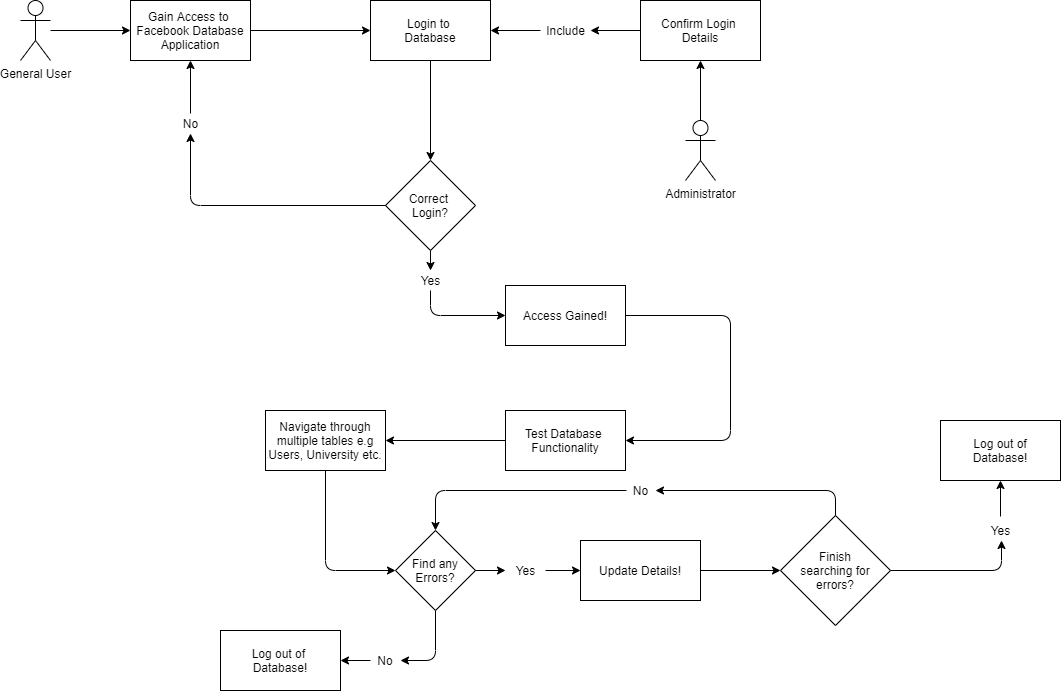
caleb-long19/Facebook_Database_Manager keeps this draw.io diagram as UML Diagrams/General User - Use Case Diagram.png. Above is the earlier version. Source tidied: cells renumbered, new cells last; positions are measured from the earlier drawing's top-left corner, leaving out a move shared by most shapes.
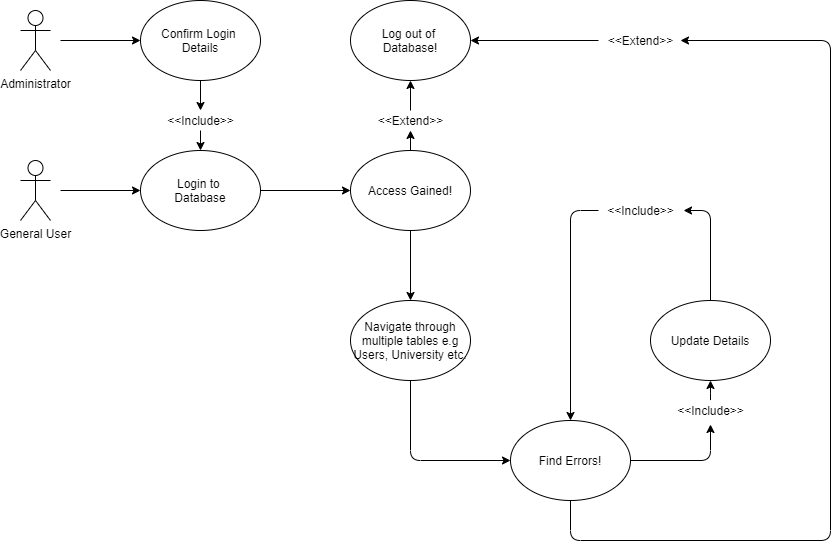
After the change.

What changed in the source:
```diff
@@ -3,175 +3,124 @@
     <mxCell id="0" />
     <mxCell id="1" parent="0" />
     <mxCell id="2" value="General User" style="shape=umlActor;verticalLabelPosition=bottom;labelBackgroundColor=#ffffff;verticalAlign=top;html=1;outlineConnect=0;" parent="1" vertex="1">
-      <mxGeometry width="30" height="60" as="geometry" />
+      <mxGeometry x="1100" y="60" width="30" height="60" as="geometry" />
     </mxCell>
-    <mxCell id="3" style="endArrow=classic;html=1;entryX=0;entryY=0.5;entryDx=0;entryDy=0;" parent="1" edge="1" source="2" target="4">
-      <mxGeometry relative="1" as="geometry" />
-    </mxCell>
-    <mxCell id="4" value="Gain Access to&amp;nbsp;&lt;br&gt;Facebook Database&lt;br&gt;Application" style="rounded=0;whiteSpace=wrap;html=1;" parent="1" vertex="1">
-      <mxGeometry x="110" width="120" height="60" as="geometry" />
-    </mxCell>
+    <mxCell id="45" style="endArrow=classic;html=1;entryX=0;entryY=0.5;entryDx=0;entryDy=0;" parent="1" edge="1" target="5">
+      <mxGeometry relative="1" as="geometry">
+        <mxPoint x="1140" y="90" as="sourcePoint" />
+      </mxGeometry>
+    </mxCell>
-    <mxCell id="5" value="Login to&amp;nbsp;&lt;br&gt;Database" style="rounded=0;whiteSpace=wrap;html=1;" parent="1" vertex="1">
-      <mxGeometry x="350" width="120" height="60" as="geometry" />
+    <mxCell id="5" value="&lt;span&gt;Login to&amp;nbsp;&lt;/span&gt;&lt;br&gt;&lt;span&gt;Database&lt;/span&gt;" style="ellipse;whiteSpace=wrap;html=1;" parent="1" vertex="1">
+      <mxGeometry x="1220" y="50" width="120" height="80" as="geometry" />
     </mxCell>
-    <mxCell id="6" style="endArrow=classic;html=1;exitX=1;exitY=0.5;exitDx=0;exitDy=0;entryX=0;entryY=0.5;entryDx=0;entryDy=0;" parent="1" edge="1" source="4" target="5">
-      <mxGeometry relative="1" as="geometry" />
-    </mxCell>
-    <mxCell id="7" value="Correct &lt;br&gt;Login?" style="rhombus;whiteSpace=wrap;html=1;" parent="1" vertex="1">
-      <mxGeometry x="365" y="160" width="90" height="90" as="geometry" />
-    </mxCell>
-    <mxCell id="8" style="endArrow=classic;html=1;entryX=0.5;entryY=1;entryDx=0;entryDy=0;" parent="1" edge="1" source="9" target="4">
-      <mxGeometry relative="1" as="geometry" />
-    </mxCell>
-    <mxCell id="9" value="No" style="text;html=1;align=center;verticalAlign=middle;points=[];" parent="1" vertex="1">
-      <mxGeometry x="155" y="113" width="30" height="20" as="geometry" />
-    </mxCell>
-    <mxCell id="10" style="endArrow=classic;html=1;entryX=0.5;entryY=1;entryDx=0;entryDy=0;exitX=0;exitY=0.5;exitDx=0;exitDy=0;" parent="1" edge="1" source="7" target="9">
-      <mxGeometry relative="1" as="geometry">
-        <Array as="points">
-          <mxPoint x="170" y="205" />
-        </Array>
-      </mxGeometry>
-    </mxCell>
-    <mxCell id="11" style="endArrow=classic;html=1;exitX=0.5;exitY=1;exitDx=0;exitDy=0;entryX=0.5;entryY=0;entryDx=0;entryDy=0;" parent="1" edge="1" source="5" target="7">
-      <mxGeometry relative="1" as="geometry" />
-    </mxCell>
-    <mxCell id="12" style="endArrow=classic;html=1;entryX=1;entryY=0.5;entryDx=0;entryDy=0;" parent="1" edge="1" source="13" target="5">
-      <mxGeometry relative="1" as="geometry" />
-    </mxCell>
-    <mxCell id="13" value="Include" style="text;html=1;align=center;verticalAlign=middle;points=[];" parent="1" vertex="1">
-      <mxGeometry x="520" y="20" width="50" height="20" as="geometry" />
-    </mxCell>
-    <mxCell id="14" style="endArrow=classic;html=1;entryX=1;entryY=0.5;entryDx=0;entryDy=0;" parent="1" edge="1" target="13">
-      <mxGeometry relative="1" as="geometry">
-        <mxPoint x="620" y="30" as="sourcePoint" />
-      </mxGeometry>
-    </mxCell>
+    <mxCell id="17" value="Administrator" style="shape=umlActor;verticalLabelPosition=bottom;labelBackgroundColor=#ffffff;verticalAlign=top;html=1;" parent="1" vertex="1">
+      <mxGeometry x="1100" y="-90" width="30" height="60" as="geometry" />
+    </mxCell>
-    <mxCell id="15" value="Confirm Login&amp;nbsp;&lt;br&gt;Details" style="rounded=0;whiteSpace=wrap;html=1;" parent="1" vertex="1">
-      <mxGeometry x="620" width="120" height="60" as="geometry" />
+    <mxCell id="15" value="&lt;span&gt;Confirm Login&amp;nbsp;&lt;/span&gt;&lt;br&gt;&lt;span&gt;Details&lt;/span&gt;" style="ellipse;whiteSpace=wrap;html=1;" parent="1" vertex="1">
+      <mxGeometry x="1220" y="-100" width="120" height="80" as="geometry" />
     </mxCell>
-    <mxCell id="16" style="endArrow=classic;html=1;entryX=0.5;entryY=1;entryDx=0;entryDy=0;" parent="1" edge="1" target="15">
-      <mxGeometry relative="1" as="geometry">
-        <mxPoint x="680" y="120" as="sourcePoint" />
-      </mxGeometry>
-    </mxCell>
-    <mxCell id="17" value="Administrator" style="shape=umlActor;verticalLabelPosition=bottom;labelBackgroundColor=#ffffff;verticalAlign=top;html=1;" parent="1" vertex="1">
-      <mxGeometry x="665" y="120" width="30" height="60" as="geometry" />
-    </mxCell>
-    <mxCell id="18" style="endArrow=classic;html=1;exitX=0.5;exitY=1;exitDx=0;exitDy=0;entryX=0;entryY=0.5;entryDx=0;entryDy=0;" parent="1" edge="1" source="19" target="21">
-      <mxGeometry relative="1" as="geometry">
-        <Array as="points">
-          <mxPoint x="410" y="315" />
-        </Array>
-      </mxGeometry>
-    </mxCell>
-    <mxCell id="19" value="Yes" style="text;html=1;align=center;verticalAlign=middle;points=[];" parent="1" vertex="1">
-      <mxGeometry x="390" y="270" width="40" height="20" as="geometry" />
-    </mxCell>
-    <mxCell id="20" style="endArrow=classic;html=1;exitX=0.5;exitY=1;exitDx=0;exitDy=0;" parent="1" edge="1" source="7" target="19">
-      <mxGeometry relative="1" as="geometry" />
-    </mxCell>
+    <mxCell id="46" style="endArrow=classic;html=1;entryX=0;entryY=0.5;entryDx=0;entryDy=0;" parent="1" edge="1" target="15">
+      <mxGeometry relative="1" as="geometry">
+        <mxPoint x="1140" y="-60" as="sourcePoint" />
+      </mxGeometry>
+    </mxCell>
+    <mxCell id="47" style="endArrow=classic;html=1;exitX=0.5;exitY=1;exitDx=0;exitDy=0;entryX=0.5;entryY=0;entryDx=0;entryDy=0;" parent="1" edge="1" source="48" target="5">
+      <mxGeometry relative="1" as="geometry" />
+    </mxCell>
+    <mxCell id="48" value="&amp;lt;&amp;lt;Include&amp;gt;&amp;gt;" style="text;html=1;align=center;verticalAlign=middle;points=[];" parent="1" vertex="1">
+      <mxGeometry x="1240" y="10" width="80" height="20" as="geometry" />
+    </mxCell>
+    <mxCell id="49" style="endArrow=classic;html=1;exitX=0.5;exitY=1;exitDx=0;exitDy=0;entryX=0.5;entryY=0;entryDx=0;entryDy=0;" parent="1" edge="1" source="15" target="48">
+      <mxGeometry relative="1" as="geometry" />
+    </mxCell>
+    <mxCell id="50" style="endArrow=classic;html=1;exitX=1;exitY=0.5;exitDx=0;exitDy=0;" parent="1" edge="1" source="5">
+      <mxGeometry relative="1" as="geometry">
+        <mxPoint x="1430" y="90" as="targetPoint" />
+      </mxGeometry>
+    </mxCell>
-    <mxCell id="21" value="Access Gained!" style="rounded=0;whiteSpace=wrap;html=1;" parent="1" vertex="1">
-      <mxGeometry x="485" y="285" width="120" height="60" as="geometry" />
+    <mxCell id="21" value="&lt;span&gt;Access Gained!&lt;/span&gt;" style="ellipse;whiteSpace=wrap;html=1;" parent="1" vertex="1">
+      <mxGeometry x="1430" y="50" width="120" height="80" as="geometry" />
     </mxCell>
-    <mxCell id="22" style="endArrow=classic;html=1;exitX=1;exitY=0.5;exitDx=0;exitDy=0;entryX=1;entryY=0.5;entryDx=0;entryDy=0;" parent="1" edge="1" source="21" target="23">
-      <mxGeometry relative="1" as="geometry">
-        <Array as="points">
-          <mxPoint x="710" y="315" />
-          <mxPoint x="710" y="440" />
-        </Array>
-      </mxGeometry>
-    </mxCell>
-    <mxCell id="23" value="Test Database&amp;nbsp;&lt;br&gt;Functionality" style="rounded=0;whiteSpace=wrap;html=1;" parent="1" vertex="1">
-      <mxGeometry x="485" y="410" width="120" height="60" as="geometry" />
-    </mxCell>
+    <mxCell id="51" style="endArrow=classic;html=1;exitX=0.5;exitY=1;exitDx=0;exitDy=0;entryX=0.5;entryY=0;entryDx=0;entryDy=0;" parent="1" edge="1" source="21" target="24">
+      <mxGeometry relative="1" as="geometry" />
+    </mxCell>
-    <mxCell id="24" value="Navigate through multiple tables e.g Users, University etc." style="rounded=0;whiteSpace=wrap;html=1;" parent="1" vertex="1">
-      <mxGeometry x="245" y="410" width="120" height="60" as="geometry" />
+    <mxCell id="24" value="&lt;span&gt;Navigate through multiple tables e.g Users, University etc.&lt;/span&gt;" style="ellipse;whiteSpace=wrap;html=1;" parent="1" vertex="1">
+      <mxGeometry x="1430" y="200" width="120" height="80" as="geometry" />
     </mxCell>
-    <mxCell id="25" style="endArrow=classic;html=1;entryX=1;entryY=0.5;entryDx=0;entryDy=0;exitX=0;exitY=0.5;exitDx=0;exitDy=0;" parent="1" edge="1" source="23" target="24">
-      <mxGeometry relative="1" as="geometry" />
-    </mxCell>
-    <mxCell id="26" value="Find any Errors?" style="rhombus;whiteSpace=wrap;html=1;" parent="1" vertex="1">
-      <mxGeometry x="375" y="530" width="80" height="80" as="geometry" />
-    </mxCell>
-    <mxCell id="27" style="endArrow=classic;html=1;exitX=0.5;exitY=1;exitDx=0;exitDy=0;entryX=0;entryY=0.5;entryDx=0;entryDy=0;" parent="1" edge="1" source="24" target="26">
-      <mxGeometry relative="1" as="geometry">
-        <Array as="points">
-          <mxPoint x="305" y="570" />
-        </Array>
-      </mxGeometry>
-    </mxCell>
-    <mxCell id="28" style="endArrow=classic;html=1;exitX=1;exitY=0.5;exitDx=0;exitDy=0;entryX=0;entryY=0.5;entryDx=0;entryDy=0;" parent="1" edge="1" source="34" target="29">
-      <mxGeometry relative="1" as="geometry" />
-    </mxCell>
-    <mxCell id="29" value="Update Details!" style="rounded=0;whiteSpace=wrap;html=1;" parent="1" vertex="1">
-      <mxGeometry x="560" y="540" width="120" height="60" as="geometry" />
-    </mxCell>
-    <mxCell id="30" style="endArrow=classic;html=1;exitX=0;exitY=0.5;exitDx=0;exitDy=0;entryX=1;entryY=0.5;entryDx=0;entryDy=0;" parent="1" edge="1" source="32" target="31">
-      <mxGeometry relative="1" as="geometry" />
-    </mxCell>
-    <mxCell id="31" value="Log out of&amp;nbsp;&lt;br&gt;Database!" style="rounded=0;whiteSpace=wrap;html=1;" parent="1" vertex="1">
-      <mxGeometry x="200" y="630" width="120" height="60" as="geometry" />
-    </mxCell>
-    <mxCell id="32" value="No" style="text;html=1;strokeColor=none;fillColor=none;align=center;verticalAlign=middle;whiteSpace=wrap;rounded=0;" parent="1" vertex="1">
-      <mxGeometry x="350" y="650" width="30" height="20" as="geometry" />
-    </mxCell>
-    <mxCell id="33" style="endArrow=classic;html=1;exitX=0.5;exitY=1;exitDx=0;exitDy=0;" parent="1" edge="1" source="26" target="32">
-      <mxGeometry relative="1" as="geometry">
-        <Array as="points">
-          <mxPoint x="415" y="660" />
-        </Array>
-      </mxGeometry>
-    </mxCell>
-    <mxCell id="34" value="Yes" style="text;html=1;align=center;verticalAlign=middle;points=[];" parent="1" vertex="1">
-      <mxGeometry x="485" y="560" width="40" height="20" as="geometry" />
-    </mxCell>
-    <mxCell id="35" style="endArrow=classic;html=1;exitX=1;exitY=0.5;exitDx=0;exitDy=0;entryX=0;entryY=0.5;entryDx=0;entryDy=0;" parent="1" edge="1" source="26" target="34">
-      <mxGeometry relative="1" as="geometry" />
-    </mxCell>
-    <mxCell id="36" style="endArrow=classic;html=1;exitX=1;exitY=0.5;exitDx=0;exitDy=0;" parent="1" edge="1" source="29">
-      <mxGeometry relative="1" as="geometry">
-        <mxPoint x="760" y="570" as="targetPoint" />
-      </mxGeometry>
-    </mxCell>
-    <mxCell id="37" value="&amp;nbsp;Finish &lt;br&gt;searching for errors?" style="rhombus;whiteSpace=wrap;html=1;" parent="1" vertex="1">
-      <mxGeometry x="760" y="515" width="110" height="110" as="geometry" />
-    </mxCell>
-    <mxCell id="38" style="endArrow=classic;html=1;entryX=0.5;entryY=0;entryDx=0;entryDy=0;exitX=0.033;exitY=0.5;exitDx=0;exitDy=0;exitPerimeter=0;" parent="1" edge="1" source="39" target="26">
-      <mxGeometry relative="1" as="geometry">
-        <Array as="points">
-          <mxPoint x="415" y="490" />
-        </Array>
-      </mxGeometry>
-    </mxCell>
-    <mxCell id="39" value="No" style="text;html=1;align=center;verticalAlign=middle;points=[];" parent="1" vertex="1">
-      <mxGeometry x="605" y="480" width="30" height="20" as="geometry" />
-    </mxCell>
-    <mxCell id="40" style="endArrow=classic;html=1;exitX=0.5;exitY=0;exitDx=0;exitDy=0;" parent="1" edge="1" source="37" target="39">
-      <mxGeometry relative="1" as="geometry">
-        <Array as="points">
-          <mxPoint x="815" y="490" />
-        </Array>
-      </mxGeometry>
-    </mxCell>
-    <mxCell id="41" value="Log out of&lt;br&gt;Database!" style="rounded=0;whiteSpace=wrap;html=1;" parent="1" vertex="1">
-      <mxGeometry x="920" y="420" width="120" height="60" as="geometry" />
-    </mxCell>
-    <mxCell id="42" value="Yes" style="text;html=1;align=center;verticalAlign=middle;" parent="1" vertex="1">
-      <mxGeometry x="960" y="520" width="40" height="20" as="geometry" />
-    </mxCell>
-    <mxCell id="43" style="endArrow=classic;html=1;exitX=1;exitY=0.5;exitDx=0;exitDy=0;" parent="1" edge="1" source="37">
-      <mxGeometry relative="1" as="geometry">
-        <mxPoint x="981" y="540" as="targetPoint" />
-        <Array as="points">
-          <mxPoint x="981" y="570" />
-        </Array>
-      </mxGeometry>
-    </mxCell>
-    <mxCell id="44" style="endArrow=classic;html=1;entryX=0.5;entryY=1;entryDx=0;entryDy=0;" parent="1" edge="1" target="41">
-      <mxGeometry relative="1" as="geometry">
-        <mxPoint x="980" y="516" as="sourcePoint" />
-      </mxGeometry>
-    </mxCell>
+    <mxCell id="52" style="endArrow=classic;html=1;exitX=0.5;exitY=0;exitDx=0;exitDy=0;entryX=0.5;entryY=1;entryDx=0;entryDy=0;" parent="1" edge="1" source="54" target="53">
+      <mxGeometry relative="1" as="geometry" />
+    </mxCell>
+    <mxCell id="53" value="Log out of&amp;nbsp;&lt;br&gt;Database!" style="ellipse;whiteSpace=wrap;html=1;" parent="1" vertex="1">
+      <mxGeometry x="1430" y="-100" width="120" height="80" as="geometry" />
+    </mxCell>
+    <mxCell id="54" value="&amp;lt;&amp;lt;Extend&amp;gt;&amp;gt;" style="text;html=1;align=center;verticalAlign=middle;points=[];" parent="1" vertex="1">
+      <mxGeometry x="1450" y="10" width="80" height="20" as="geometry" />
+    </mxCell>
+    <mxCell id="55" style="endArrow=classic;html=1;exitX=0.5;exitY=0;exitDx=0;exitDy=0;entryX=0.5;entryY=1;entryDx=0;entryDy=0;" parent="1" edge="1" source="21" target="54">
+      <mxGeometry relative="1" as="geometry" />
+    </mxCell>
+    <mxCell id="56" style="endArrow=classic;html=1;exitX=0.5;exitY=1;exitDx=0;exitDy=0;entryX=0;entryY=0.5;entryDx=0;entryDy=0;" parent="1" edge="1" source="24" target="57">
+      <mxGeometry relative="1" as="geometry">
+        <Array as="points">
+          <mxPoint x="1490" y="360" />
+        </Array>
+      </mxGeometry>
+    </mxCell>
+    <mxCell id="57" value="Find Errors!" style="ellipse;whiteSpace=wrap;html=1;" parent="1" vertex="1">
+      <mxGeometry x="1590" y="320" width="120" height="80" as="geometry" />
+    </mxCell>
+    <mxCell id="58" style="endArrow=classic;html=1;exitX=0.5;exitY=-0.05;exitDx=0;exitDy=0;exitPerimeter=0;" parent="1" edge="1" source="60">
+      <mxGeometry relative="1" as="geometry">
+        <mxPoint x="1790" y="280" as="targetPoint" />
+        <Array as="points">
+          <mxPoint x="1790" y="300" />
+        </Array>
+      </mxGeometry>
+    </mxCell>
+    <mxCell id="59" value="Update Details" style="ellipse;whiteSpace=wrap;html=1;" parent="1" vertex="1">
+      <mxGeometry x="1730" y="200" width="120" height="80" as="geometry" />
+    </mxCell>
+    <mxCell id="60" value="&amp;lt;&amp;lt;Include&amp;gt;&amp;gt;" style="text;html=1;align=center;verticalAlign=middle;points=[];" parent="1" vertex="1">
+      <mxGeometry x="1750" y="300" width="80" height="20" as="geometry" />
+    </mxCell>
+    <mxCell id="61" style="endArrow=classic;html=1;exitX=1;exitY=0.5;exitDx=0;exitDy=0;entryX=0.5;entryY=1.2;entryDx=0;entryDy=0;entryPerimeter=0;" parent="1" edge="1" source="57" target="60">
+      <mxGeometry relative="1" as="geometry">
+        <Array as="points">
+          <mxPoint x="1790" y="360" />
+        </Array>
+      </mxGeometry>
+    </mxCell>
+    <mxCell id="62" style="endArrow=classic;html=1;exitX=-0.025;exitY=0.5;exitDx=0;exitDy=0;entryX=0.5;entryY=0;entryDx=0;entryDy=0;exitPerimeter=0;" parent="1" edge="1" source="63" target="57">
+      <mxGeometry relative="1" as="geometry">
+        <Array as="points">
+          <mxPoint x="1650" y="110" />
+        </Array>
+      </mxGeometry>
+    </mxCell>
+    <mxCell id="63" value="&amp;lt;&amp;lt;Include&amp;gt;&amp;gt;" style="text;html=1;align=center;verticalAlign=middle;points=[];" parent="1" vertex="1">
+      <mxGeometry x="1680" y="100" width="80" height="20" as="geometry" />
+    </mxCell>
+    <mxCell id="64" style="endArrow=classic;html=1;exitX=0.5;exitY=0;exitDx=0;exitDy=0;entryX=1.038;entryY=0.5;entryDx=0;entryDy=0;entryPerimeter=0;" parent="1" edge="1" source="59" target="63">
+      <mxGeometry relative="1" as="geometry">
+        <Array as="points">
+          <mxPoint x="1790" y="110" />
+        </Array>
+      </mxGeometry>
+    </mxCell>
+    <mxCell id="65" style="endArrow=classic;html=1;exitX=-0.025;exitY=0.5;exitDx=0;exitDy=0;entryX=1;entryY=0.5;entryDx=0;entryDy=0;exitPerimeter=0;" parent="1" edge="1" source="66" target="53">
+      <mxGeometry relative="1" as="geometry" />
+    </mxCell>
+    <mxCell id="66" value="&amp;lt;&amp;lt;Extend&amp;gt;&amp;gt;" style="text;html=1;align=center;verticalAlign=middle;points=[];" parent="1" vertex="1">
+      <mxGeometry x="1680" y="-70" width="80" height="20" as="geometry" />
+    </mxCell>
+    <mxCell id="67" style="endArrow=classic;html=1;exitX=0.5;exitY=1;exitDx=0;exitDy=0;entryX=1;entryY=0.5;entryDx=0;entryDy=0;" parent="1" edge="1" source="57" target="66">
+      <mxGeometry relative="1" as="geometry">
+        <Array as="points">
+          <mxPoint x="1650" y="440" />
+          <mxPoint x="1910" y="440" />
+          <mxPoint x="1910" y="-60" />
+        </Array>
+      </mxGeometry>
+    </mxCell>
   </root>
 </mxGraphModel>
```
